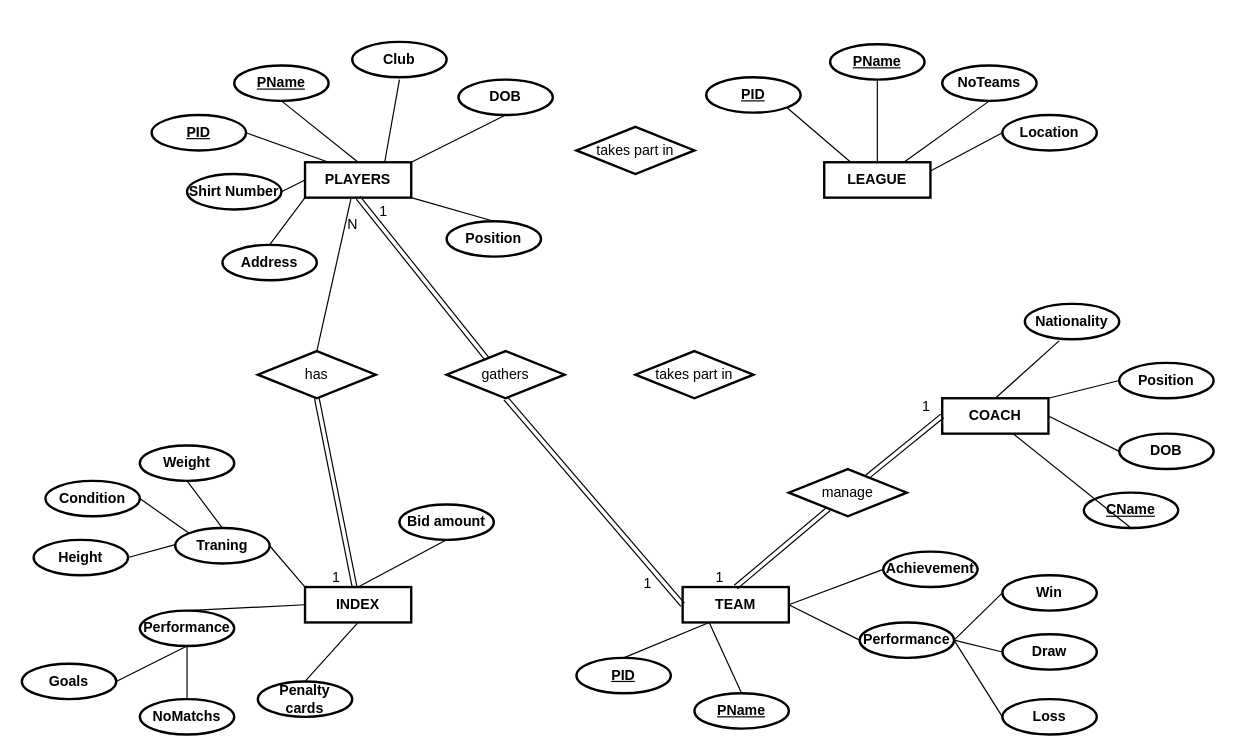
The draw.io diagram SoccerDatabase.drawio in kieuvantuyen01/testGit, before the edit. Source tidied: cells renumbered, new cells numbered last; positions are measured from the earlier drawing's top-left corner, leaving out a move shared by most shapes. Both pictures are drawn from the tidied source at 118%, with x=0, y=0 at pixel (21, 41).
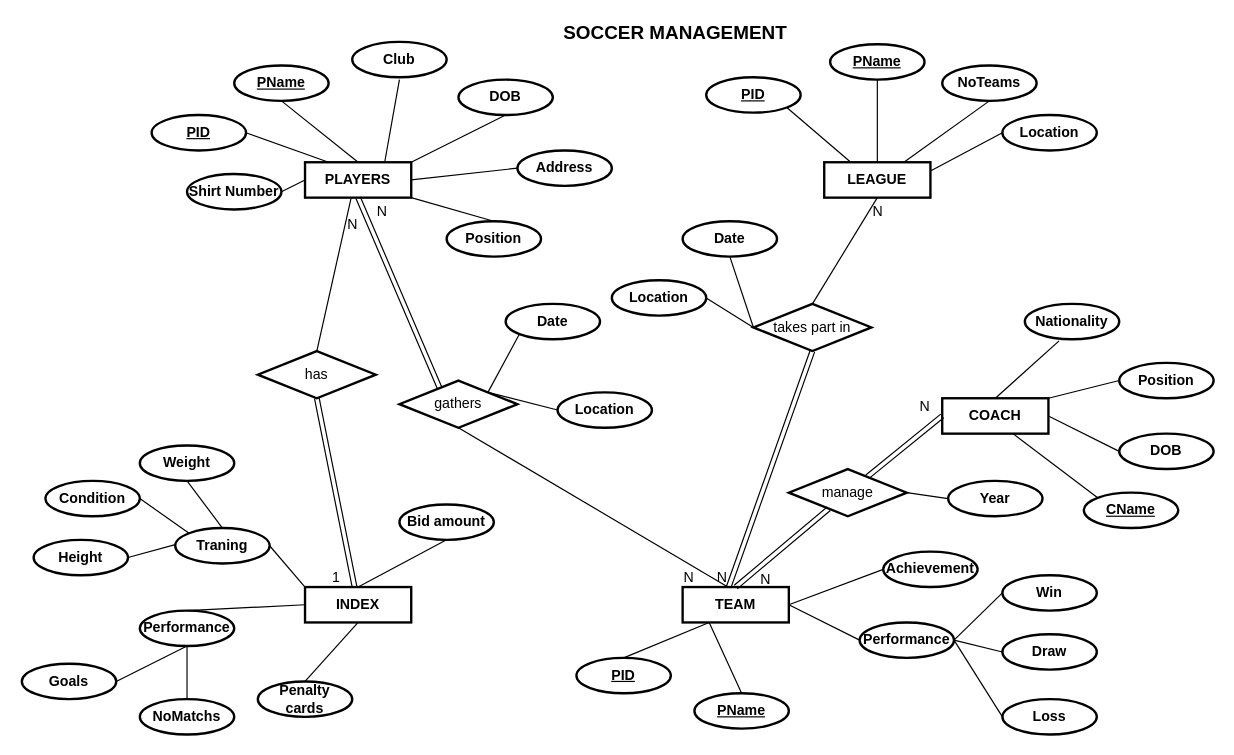
The same page after the edit.

The change refers to these unchanged cells:
```xml
<mxCell id="2" value="TEAM" style="whiteSpace=wrap;html=1;align=center;fontStyle=1;strokeWidth=2;" parent="1" vertex="1">
  <mxGeometry x="560" y="462" width="90" height="30" as="geometry" />
</mxCell>
<mxCell id="5" value="PLAYERS" style="whiteSpace=wrap;html=1;align=center;fontStyle=1;strokeWidth=2;" parent="1" vertex="1">
  <mxGeometry x="240" y="102" width="90" height="30" as="geometry" />
</mxCell>
<mxCell id="22" value="LEAGUE" style="whiteSpace=wrap;html=1;align=center;fontStyle=1;strokeWidth=2;" parent="1" vertex="1">
  <mxGeometry x="680" y="102" width="90" height="30" as="geometry" />
</mxCell>
<mxCell id="29" value="CName" style="ellipse;whiteSpace=wrap;html=1;align=center;strokeWidth=2;fontStyle=5;" parent="1" vertex="1">
  <mxGeometry x="900" y="382" width="80" height="30" as="geometry" />
</mxCell>
<mxCell id="76" style="shape=link;html=1;rounded=0;exitX=0.342;exitY=0.165;exitDx=0;exitDy=0;entryX=0.5;entryY=1;entryDx=0;entryDy=0;exitPerimeter=0;" parent="1" edge="1" source="71" target="5">
  <mxGeometry relative="1" as="geometry" />
</mxCell>
<mxCell id="78" style="shape=link;html=1;rounded=0;entryX=0;entryY=0.5;entryDx=0;entryDy=0;" parent="1" edge="1" source="72" target="3">
  <mxGeometry relative="1" as="geometry" />
</mxCell>
<mxCell id="80" style="shape=link;html=1;rounded=0;entryX=0.5;entryY=0;entryDx=0;entryDy=0;" parent="1" edge="1" source="72" target="2">
  <mxGeometry relative="1" as="geometry" />
</mxCell>
```

What changed in the source:
```diff
@@
     <mxCell id="8" value="Address" style="ellipse;whiteSpace=wrap;html=1;align=center;strokeWidth=2;fontStyle=1;" parent="1" vertex="1">
-      <mxGeometry x="170" y="172" width="80" height="30" as="geometry" />
+      <mxGeometry x="420" y="92" width="80" height="30" as="geometry" />
     </mxCell>
@@
-    <mxCell id="38" style="endArrow=none;html=1;rounded=0;entryX=0.5;entryY=0;entryDx=0;entryDy=0;" parent="1" edge="1" target="8">
-      <mxGeometry relative="1" as="geometry">
-        <mxPoint x="240" y="132" as="sourcePoint" />
-      </mxGeometry>
+    <mxCell id="38" style="endArrow=none;html=1;rounded=0;entryX=0;entryY=0.5;entryDx=0;entryDy=0;exitX=1;exitY=0.5;exitDx=0;exitDy=0;" parent="1" edge="1" source="5" target="8">
+      <mxGeometry relative="1" as="geometry" />
     </mxCell>
@@
-    <mxCell id="53" style="endArrow=none;html=1;rounded=0;entryX=0.5;entryY=1;entryDx=0;entryDy=0;" parent="1" edge="1" target="29">
+    <mxCell id="53" style="endArrow=none;html=1;rounded=0;entryX=0;entryY=0;entryDx=0;entryDy=0;" parent="1" edge="1" target="29">
       <mxGeometry relative="1" as="geometry">
         <mxPoint x="840" y="332" as="sourcePoint" />
       </mxGeometry>
     </mxCell>
@@
-    <mxCell id="70" value="takes part in" style="shape=rhombus;perimeter=rhombusPerimeter;whiteSpace=wrap;html=1;align=center;strokeWidth=2;" parent="1" vertex="1">
-      <mxGeometry x="470" y="72" width="100" height="40" as="geometry" />
-    </mxCell>
     <mxCell id="71" value="gathers" style="shape=rhombus;perimeter=rhombusPerimeter;whiteSpace=wrap;html=1;align=center;strokeWidth=2;" parent="1" vertex="1">
-      <mxGeometry x="360" y="262" width="100" height="40" as="geometry" />
+      <mxGeometry x="320" y="287" width="100" height="40" as="geometry" />
     </mxCell>
@@
     <mxCell id="73" value="takes part in" style="shape=rhombus;perimeter=rhombusPerimeter;whiteSpace=wrap;html=1;align=center;strokeWidth=2;" parent="1" vertex="1">
-      <mxGeometry x="520" y="262" width="100" height="40" as="geometry" />
+      <mxGeometry x="620" y="222" width="100" height="40" as="geometry" />
     </mxCell>
-    <mxCell id="74" style="shape=link;html=1;rounded=0;exitX=0.5;exitY=1;exitDx=0;exitDy=0;entryX=0;entryY=0.5;entryDx=0;entryDy=0;" parent="1" edge="1" source="71" target="2">
-      <mxGeometry relative="1" as="geometry" />
-    </mxCell>
-    <mxCell id="75" value="1" style="html=1;align=right;verticalAlign=bottom;" parent="74" vertex="1">
-      <mxGeometry x="1" relative="1" as="geometry">
-        <mxPoint x="-25.9" y="-9.8" as="offset" />
-      </mxGeometry>
-    </mxCell>
@@
-    <mxCell id="77" value="1" style="html=1;align=right;verticalAlign=bottom;" parent="76" vertex="1">
+    <mxCell id="77" value="N" style="html=1;align=right;verticalAlign=bottom;" parent="76" vertex="1">
       <mxGeometry x="1" relative="1" as="geometry">
         <mxPoint x="25.1" y="20.1" as="offset" />
       </mxGeometry>
     </mxCell>
@@
-    <mxCell id="79" value="1" style="html=1;align=right;verticalAlign=bottom;" parent="78" vertex="1">
+    <mxCell id="79" value="N" style="html=1;align=right;verticalAlign=bottom;" parent="78" vertex="1">
       <mxGeometry x="1" relative="1" as="geometry">
         <mxPoint x="-10.1" y="0.1" as="offset" />
       </mxGeometry>
     </mxCell>
@@
-    <mxCell id="81" value="1" style="html=1;align=right;verticalAlign=bottom;" parent="80" vertex="1">
+    <mxCell id="81" value="N" style="html=1;align=right;verticalAlign=bottom;" parent="80" vertex="1">
       <mxGeometry x="1" relative="1" as="geometry">
-        <mxPoint x="-10.1" y="0.1" as="offset" />
+        <mxPoint x="30.2" y="1.8" as="offset" />
       </mxGeometry>
     </mxCell>
@@
+    <mxCell id="86" style="shape=link;html=1;rounded=0;entryX=0.433;entryY=0.007;entryDx=0;entryDy=0;entryPerimeter=0;exitX=0.5;exitY=1;exitDx=0;exitDy=0;" parent="1" edge="1" source="73" target="2">
+      <mxGeometry relative="1" as="geometry" />
+    </mxCell>
+    <mxCell id="87" value="N" style="html=1;align=right;verticalAlign=bottom;" parent="86" vertex="1">
+      <mxGeometry x="1" relative="1" as="geometry">
+        <mxPoint x="-29" y="-0.2" as="offset" />
+      </mxGeometry>
+    </mxCell>
+    <mxCell id="88" style="endArrow=none;html=1;rounded=0;entryX=0.5;entryY=1;entryDx=0;entryDy=0;exitX=0.5;exitY=0;exitDx=0;exitDy=0;" parent="1" edge="1" source="73" target="22">
+      <mxGeometry relative="1" as="geometry" />
+    </mxCell>
+    <mxCell id="89" value="N" style="html=1;align=right;verticalAlign=bottom;" parent="88" vertex="1">
+      <mxGeometry x="1" relative="1" as="geometry">
+        <mxPoint x="5.1" y="19.9" as="offset" />
+      </mxGeometry>
+    </mxCell>
+    <mxCell id="90" value="Date" style="ellipse;whiteSpace=wrap;html=1;align=center;strokeWidth=2;fontStyle=1;" parent="1" vertex="1">
+      <mxGeometry x="410" y="222" width="80" height="30" as="geometry" />
+    </mxCell>
+    <mxCell id="91" value="Location" style="ellipse;whiteSpace=wrap;html=1;align=center;strokeWidth=2;fontStyle=1;" parent="1" vertex="1">
+      <mxGeometry x="454" y="297" width="80" height="30" as="geometry" />
+    </mxCell>
+    <mxCell id="92" style="endArrow=none;html=1;rounded=0;entryX=0;entryY=1;entryDx=0;entryDy=0;exitX=1;exitY=0;exitDx=0;exitDy=0;" parent="1" edge="1" source="71" target="90">
+      <mxGeometry relative="1" as="geometry" />
+    </mxCell>
+    <mxCell id="93" style="endArrow=none;html=1;rounded=0;entryX=0;entryY=0.5;entryDx=0;entryDy=0;exitX=1;exitY=0;exitDx=0;exitDy=0;" parent="1" edge="1" source="71" target="91">
+      <mxGeometry relative="1" as="geometry" />
+    </mxCell>
+    <mxCell id="94" value="Year" style="ellipse;whiteSpace=wrap;html=1;align=center;strokeWidth=2;fontStyle=1;" parent="1" vertex="1">
+      <mxGeometry x="785" y="372" width="80" height="30" as="geometry" />
+    </mxCell>
+    <mxCell id="95" style="endArrow=none;html=1;rounded=0;entryX=0;entryY=0.5;entryDx=0;entryDy=0;" parent="1" edge="1" target="94">
+      <mxGeometry relative="1" as="geometry">
+        <mxPoint x="750" y="382" as="sourcePoint" />
+      </mxGeometry>
+    </mxCell>
+    <mxCell id="96" value="Date" style="ellipse;whiteSpace=wrap;html=1;align=center;strokeWidth=2;fontStyle=1;" parent="1" vertex="1">
+      <mxGeometry x="560" y="152" width="80" height="30" as="geometry" />
+    </mxCell>
+    <mxCell id="97" value="Location" style="ellipse;whiteSpace=wrap;html=1;align=center;strokeWidth=2;fontStyle=1;" parent="1" vertex="1">
+      <mxGeometry x="500" y="202" width="80" height="30" as="geometry" />
+    </mxCell>
+    <mxCell id="98" style="endArrow=none;html=1;rounded=0;entryX=0.5;entryY=1;entryDx=0;entryDy=0;exitX=0;exitY=0.5;exitDx=0;exitDy=0;" parent="1" edge="1" source="73" target="96">
+      <mxGeometry relative="1" as="geometry" />
+    </mxCell>
+    <mxCell id="99" style="endArrow=none;html=1;rounded=0;entryX=1;entryY=0.5;entryDx=0;entryDy=0;exitX=0;exitY=0.5;exitDx=0;exitDy=0;" parent="1" edge="1" source="73" target="97">
+      <mxGeometry relative="1" as="geometry" />
+    </mxCell>
+    <mxCell id="100" value="SOCCER MANAGEMENT" style="text;html=1;strokeColor=none;fillColor=none;align=center;verticalAlign=middle;whiteSpace=wrap;rounded=0;fontStyle=1;fontSize=16;" parent="1" vertex="1">
+      <mxGeometry x="454" y="-18" width="200" height="20" as="geometry" />
+    </mxCell>
+    <mxCell id="74" style="endArrow=none;html=1;rounded=0;fontSize=16;entryX=0.422;entryY=-0.01;entryDx=0;entryDy=0;entryPerimeter=0;exitX=0.5;exitY=1;exitDx=0;exitDy=0;" parent="1" edge="1" source="71" target="2">
+      <mxGeometry relative="1" as="geometry" />
+    </mxCell>
+    <mxCell id="101" value="N" style="html=1;align=right;verticalAlign=bottom;" parent="74" vertex="1">
+      <mxGeometry x="1" relative="1" as="geometry" />
+    </mxCell>
```
